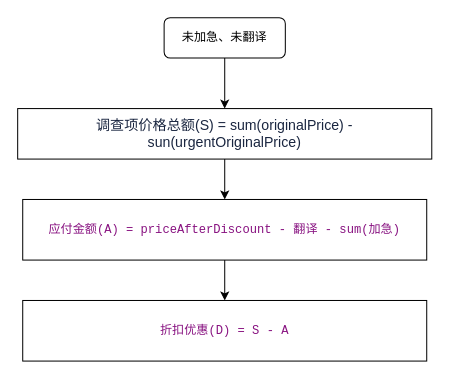
Before: 价格计算.drawio in 111ZhuXueke/Hello-English, a draw.io diagram. Source tidied: cells renumbered, new cells numbered last; positions are measured from the earlier drawing's top-left corner, leaving out a move shared by most shapes. Both pictures are drawn from the tidied source at 101%, with x=0, y=0 at pixel (17, 17).
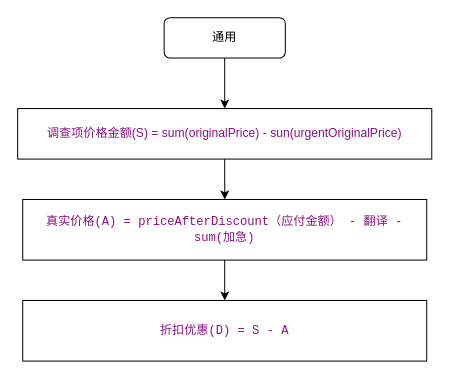
Above is the later version.

What changed in the source:
```diff
@@
 <mxGraphModel>
   <root>
     <mxCell id="0" />
     <mxCell id="1" parent="0" />
     <mxCell id="2" style="edgeStyle=orthogonalEdgeStyle;rounded=0;jettySize=auto;html=1;" parent="1" edge="1" source="3" target="5">
       <mxGeometry relative="1" as="geometry" />
     </mxCell>
-    <mxCell id="3" value="未加急、未翻译" style="rounded=1;whiteSpace=wrap;html=1;fontSize=12;glass=0;strokeWidth=1;shadow=0;" parent="1" vertex="1">
+    <mxCell id="3" value="通用" style="rounded=1;whiteSpace=wrap;html=1;fontSize=12;glass=0;strokeWidth=1;shadow=0;" parent="1" vertex="1">
       <mxGeometry x="145" width="120" height="40" as="geometry" />
     </mxCell>
     <mxCell id="4" style="edgeStyle=orthogonalEdgeStyle;rounded=0;jettySize=auto;html=1;" parent="1" edge="1" source="5" target="7">
       <mxGeometry relative="1" as="geometry" />
     </mxCell>
-    <mxCell id="5" value="&lt;span style=&quot;color: rgb(26 , 38 , 64) ; font-family: &amp;#34;pingfang sc&amp;#34; , &amp;#34;microsoft yahei&amp;#34; ; font-size: 14px ; text-align: right ; background-color: rgb(255 , 255 , 255)&quot;&gt;调查项价格总额(S) = sum(originalPrice) - sun(urgentOriginalPrice)&lt;/span&gt;" style="whiteSpace=wrap;html=1;rounded=0;glass=0;strokeWidth=1;shadow=0;" parent="1" vertex="1">
+    <mxCell id="5" value="&lt;span style=&quot;font-family: &amp;#34;pingfang sc&amp;#34; , &amp;#34;microsoft yahei&amp;#34; ; text-align: right ; background-color: rgb(255 , 255 , 255)&quot;&gt;&lt;font color=&quot;#881280&quot; style=&quot;font-size: 12px&quot;&gt;调查项价格金额(S) = sum(originalPrice) - sun(urgentOriginalPrice)&lt;/font&gt;&lt;/span&gt;" style="whiteSpace=wrap;html=1;rounded=0;glass=0;strokeWidth=1;shadow=0;" parent="1" vertex="1">
       <mxGeometry y="90" width="410" height="50" as="geometry" />
     </mxCell>
     <mxCell id="6" style="edgeStyle=orthogonalEdgeStyle;rounded=0;jettySize=auto;html=1;" parent="1" edge="1" source="7" target="8">
       <mxGeometry relative="1" as="geometry" />
     </mxCell>
-    <mxCell id="7" value="&lt;span style=&quot;color: rgb(136 , 18 , 128) ; font-family: &amp;#34;consolas&amp;#34; , &amp;#34;lucida console&amp;#34; , &amp;#34;courier new&amp;#34; , monospace ; text-align: left&quot;&gt;应付金额(A) = priceAfterDiscount - 翻译 - sum(加急)&lt;/span&gt;" style="whiteSpace=wrap;html=1;rounded=0;glass=0;strokeWidth=1;shadow=0;" parent="1" vertex="1">
+    <mxCell id="7" value="&lt;span style=&quot;color: rgb(136 , 18 , 128) ; font-family: &amp;#34;consolas&amp;#34; , &amp;#34;lucida console&amp;#34; , &amp;#34;courier new&amp;#34; , monospace ; text-align: left&quot;&gt;真实价格(A) = priceAfterDiscount（应付金额） - 翻译 - sum(加急)&lt;/span&gt;" style="whiteSpace=wrap;html=1;rounded=0;glass=0;strokeWidth=1;shadow=0;" parent="1" vertex="1">
       <mxGeometry x="5" y="180" width="400" height="60" as="geometry" />
     </mxCell>
     <mxCell id="8" value="&lt;span style=&quot;color: rgb(136 , 18 , 128) ; font-family: &amp;#34;consolas&amp;#34; , &amp;#34;lucida console&amp;#34; , &amp;#34;courier new&amp;#34; , monospace ; text-align: left&quot;&gt;折扣优惠(D) = S - A&lt;/span&gt;" style="whiteSpace=wrap;html=1;rounded=0;glass=0;strokeWidth=1;shadow=0;" parent="1" vertex="1">
       <mxGeometry x="5" y="280" width="400" height="60" as="geometry" />
     </mxCell>
   </root>
 </mxGraphModel>
```
